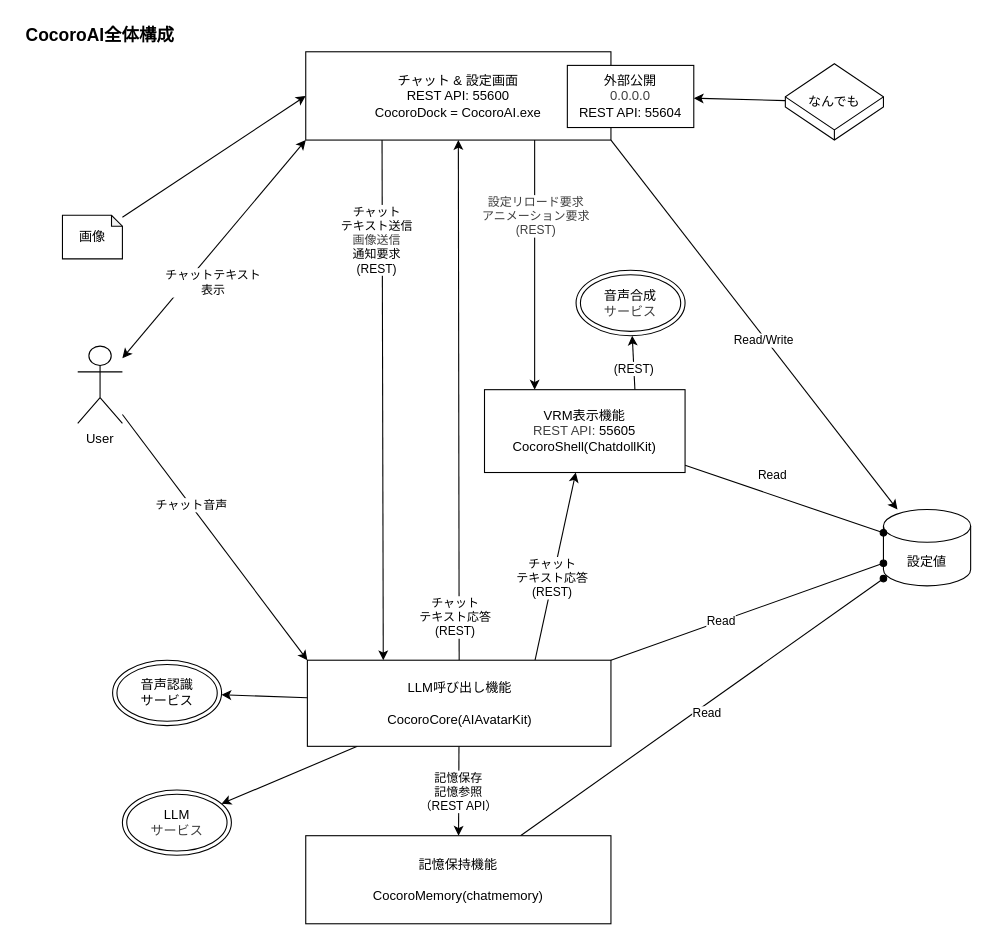
Above: CocoroAI全体構成.drawio in hirona98/CocoroCore (draw.io), before the change. Source tidied: cells renumbered, new cells numbered last; positions are measured from the earlier drawing's top-left corner, leaving out a move shared by most shapes. Both pictures are drawn from the tidied source at 109%, with x=0, y=0 at pixel (17, 19).
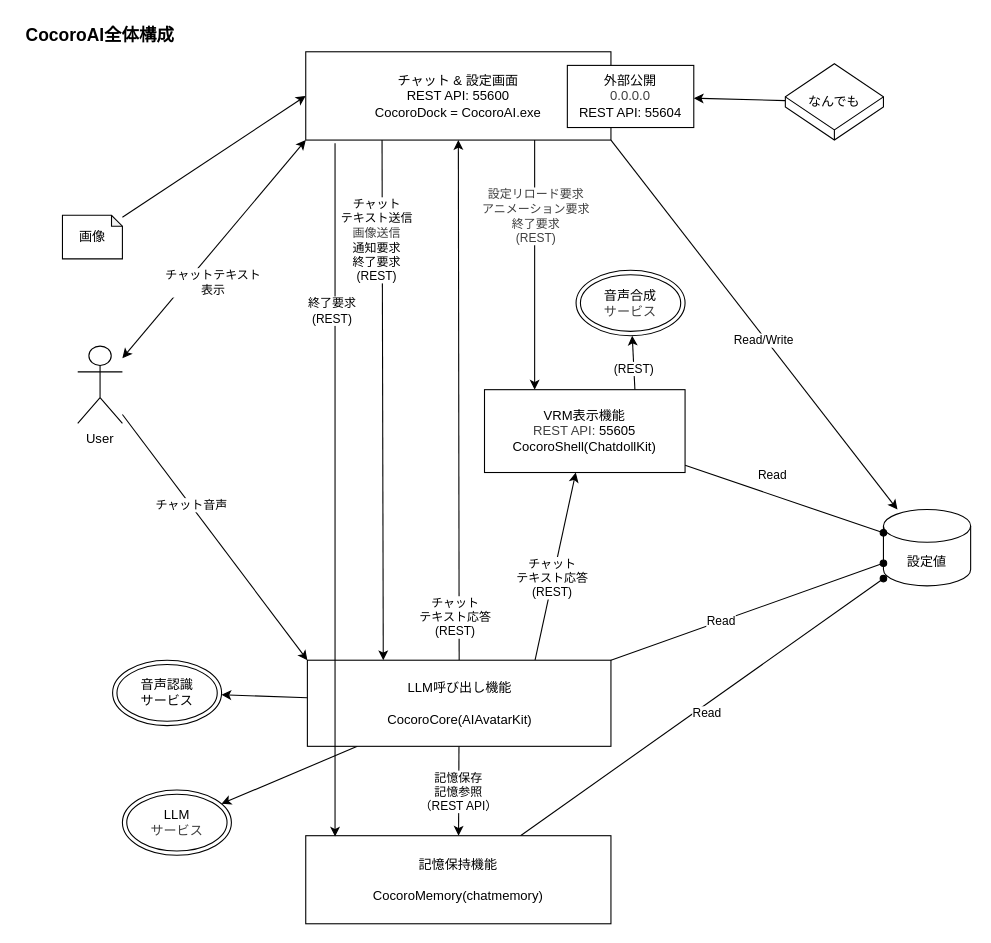
After the change.

Commit message (it also covers changes not shown here):
API経由終了するよう変更

The change refers to these unchanged cells:
```xml
<mxCell id="3" style="rounded=0;jettySize=auto;html=1;exitX=0.25;exitY=1;exitDx=0;exitDy=0;entryX=0.25;entryY=0;entryDx=0;entryDy=0;" parent="1" edge="1" source="9" target="25">
  <mxGeometry relative="1" as="geometry" />
</mxCell>
<mxCell id="7" style="edgeStyle=none;html=1;entryX=0.25;entryY=0;entryDx=0;entryDy=0;exitX=0.75;exitY=1;exitDx=0;exitDy=0;" parent="1" edge="1" source="9" target="15">
  <mxGeometry relative="1" as="geometry" />
</mxCell>
<mxCell id="9" value="&lt;div&gt;&lt;span style=&quot;background-color: transparent; color: light-dark(rgb(0, 0, 0), rgb(255, 255, 255));&quot;&gt;チャット &amp;amp;&amp;nbsp;&lt;/span&gt;&lt;span style=&quot;background-color: transparent; color: light-dark(rgb(0, 0, 0), rgb(255, 255, 255));&quot;&gt;設定画面&lt;/span&gt;&lt;/div&gt;&lt;div&gt;REST API: 55600&lt;/div&gt;&lt;div&gt;&lt;span style=&quot;background-color: transparent;&quot;&gt;CocoroDock = CocoroAI.exe&lt;/span&gt;&lt;/div&gt;" style="rounded=0;whiteSpace=wrap;html=1;" parent="1" vertex="1">
  <mxGeometry x="264" y="30" width="280" height="81" as="geometry" />
</mxCell>
<mxCell id="36" value="&lt;div&gt;記憶保持機能&lt;/div&gt;&lt;div&gt;&lt;br&gt;&lt;/div&gt;&lt;div&gt;CocoroMemory(chatmemory)&lt;/div&gt;" style="rounded=0;whiteSpace=wrap;html=1;" parent="1" vertex="1">
  <mxGeometry x="264" y="749.2" width="280" height="80.8" as="geometry" />
</mxCell>
```

The edit, as a diff of the source:
```diff
@@
-    <mxCell id="4" value="チャット&lt;div&gt;テキスト送信&lt;div&gt;&lt;span style=&quot;color: rgb(63, 63, 63);&quot;&gt;画像送信&lt;/span&gt;&lt;font color=&quot;#000000&quot;&gt;&lt;br&gt;&lt;/font&gt;&lt;div&gt;通知要求&lt;/div&gt;&lt;div&gt;(REST)&lt;/div&gt;&lt;/div&gt;&lt;/div&gt;" style="edgeLabel;html=1;align=center;verticalAlign=middle;" parent="3" vertex="1">
+    <mxCell id="4" value="チャット&lt;div&gt;テキスト送信&lt;div&gt;&lt;span style=&quot;color: rgb(63, 63, 63);&quot;&gt;画像送信&lt;/span&gt;&lt;font color=&quot;#000000&quot;&gt;&lt;br&gt;&lt;/font&gt;&lt;div&gt;通知要求&lt;/div&gt;&lt;div&gt;終了要求&lt;/div&gt;&lt;div&gt;(REST)&lt;/div&gt;&lt;/div&gt;&lt;/div&gt;" style="edgeLabel;html=1;align=center;verticalAlign=middle;" parent="3" vertex="1">
       <mxGeometry x="-0.53" y="1" relative="1" as="geometry">
         <mxPoint x="-7" y="-20" as="offset" />
       </mxGeometry>
     </mxCell>
@@
-    <mxCell id="8" value="&lt;div style=&quot;color: rgb(63, 63, 63);&quot;&gt;設定リロード要求&lt;/div&gt;&lt;div style=&quot;color: rgb(63, 63, 63);&quot;&gt;アニメーション要求&lt;/div&gt;&lt;div style=&quot;color: rgb(63, 63, 63);&quot;&gt;(REST)&lt;/div&gt;" style="edgeLabel;html=1;align=center;verticalAlign=middle;" parent="7" vertex="1">
+    <mxCell id="8" value="&lt;div style=&quot;color: rgb(63, 63, 63);&quot;&gt;設定リロード要求&lt;/div&gt;&lt;div style=&quot;color: rgb(63, 63, 63);&quot;&gt;アニメーション要求&lt;/div&gt;&lt;div style=&quot;color: rgb(63, 63, 63);&quot;&gt;終了要求&lt;/div&gt;&lt;div style=&quot;color: rgb(63, 63, 63);&quot;&gt;(REST)&lt;/div&gt;" style="edgeLabel;html=1;align=center;verticalAlign=middle;" parent="7" vertex="1">
       <mxGeometry x="-0.4" y="-1" relative="1" as="geometry">
         <mxPoint x="1" as="offset" />
       </mxGeometry>
     </mxCell>
@@
+    <mxCell id="43" style="edgeStyle=none;html=1;entryX=0.096;entryY=0.01;entryDx=0;entryDy=0;exitX=0.096;exitY=1.037;exitDx=0;exitDy=0;exitPerimeter=0;entryPerimeter=0;" parent="1" edge="1" source="9" target="36">
+      <mxGeometry relative="1" as="geometry" />
+    </mxCell>
+    <mxCell id="44" value="終了要求&lt;div&gt;(REST)&lt;/div&gt;" style="edgeLabel;html=1;align=center;verticalAlign=middle;" parent="43" vertex="1">
+      <mxGeometry x="-0.14" y="-3" relative="1" as="geometry">
+        <mxPoint y="-119" as="offset" />
+      </mxGeometry>
+    </mxCell>
```
